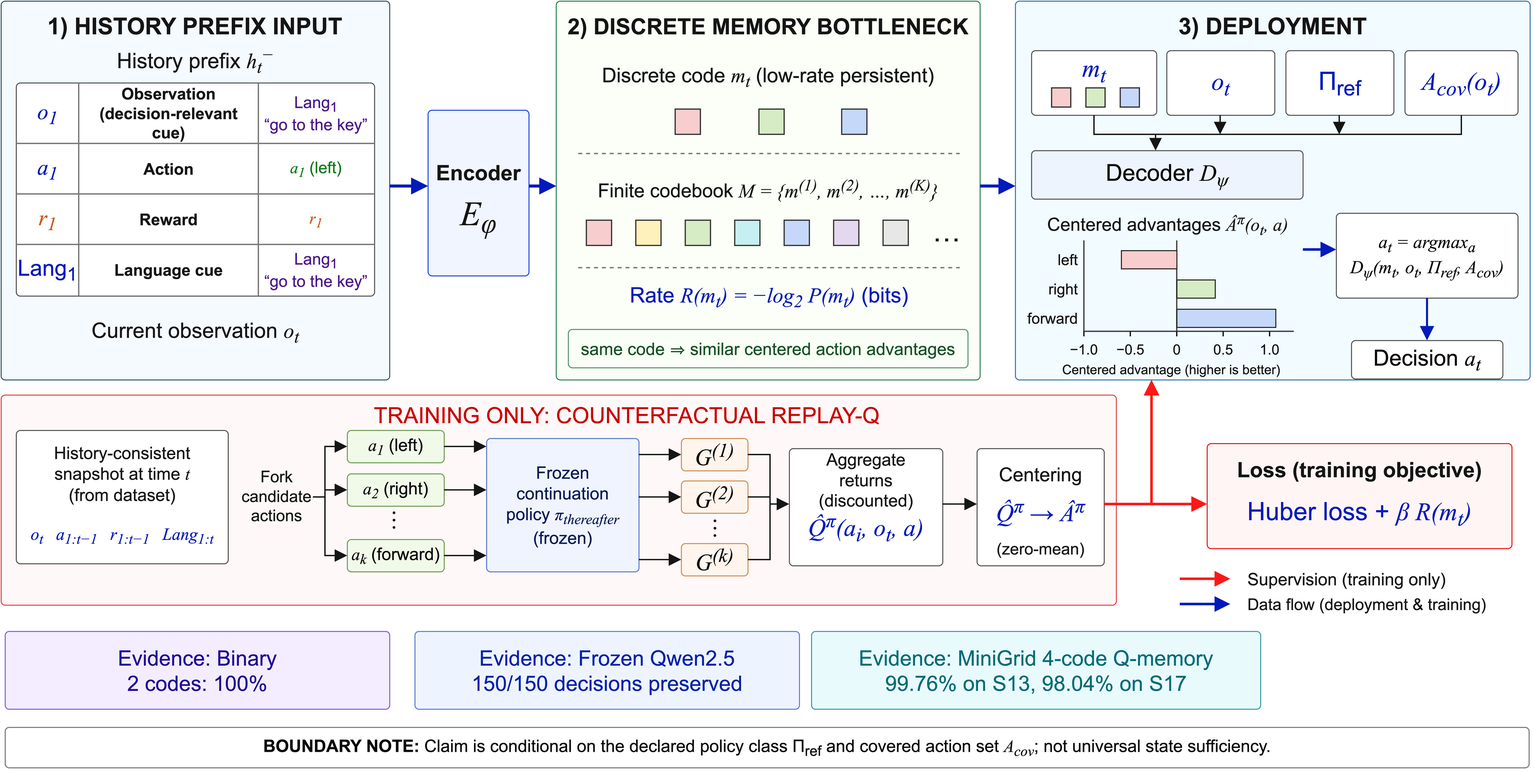
Before: policy_class_q_memory_main_figure.drawio.png, a diagram exported from draw.io (JJayshum/Q-Memory). Source tidied: cells renumbered, new cells last; positions are measured from the earlier drawing's top-left corner, leaving out a move shared by most shapes.
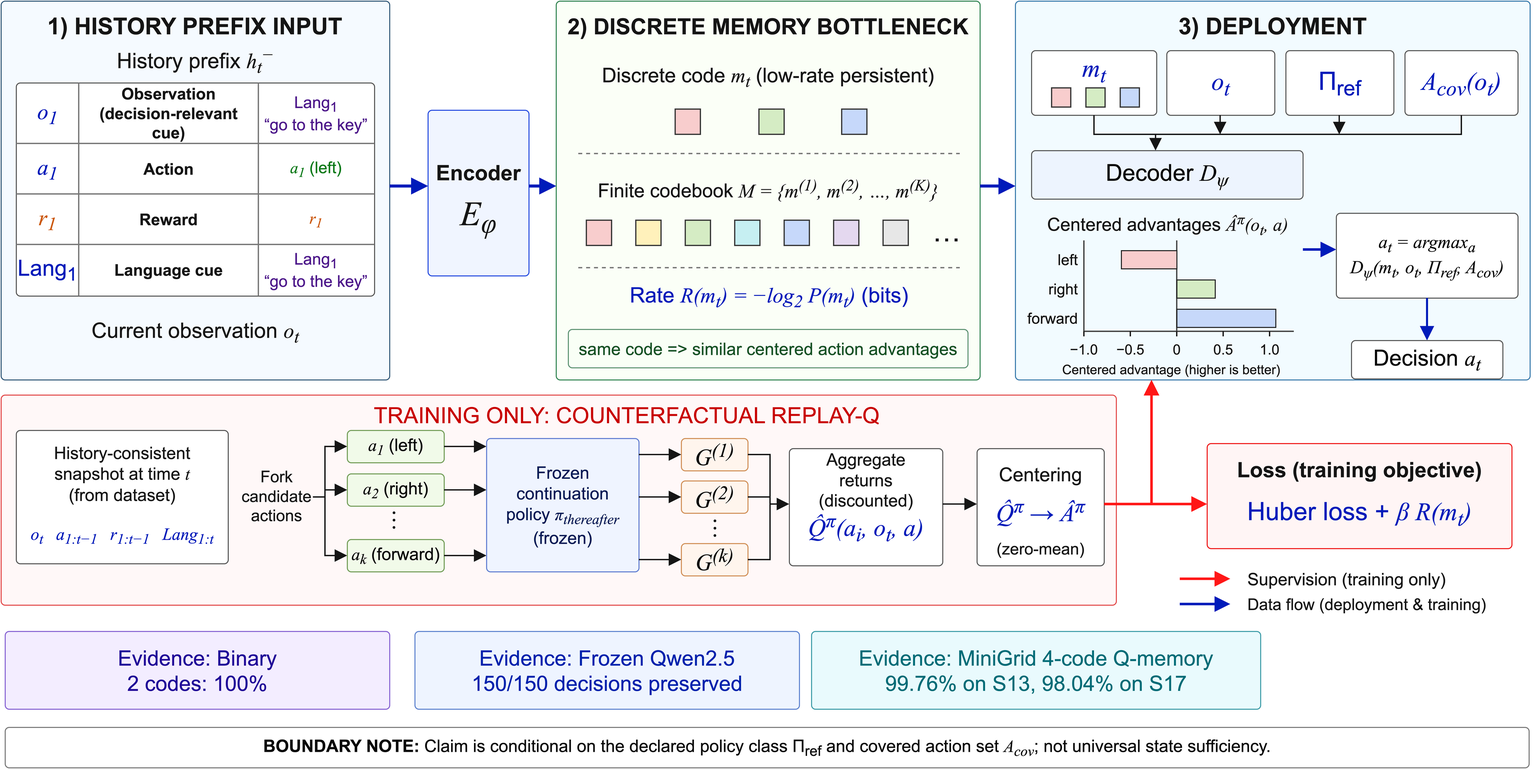
The same file after the commit.

Commit message:
Use draw.io vector figure in manuscript

The edit, as a diff of the source:
```diff
@@ -176,7 +176,7 @@
     <mxCell id="49" value="Rate  &lt;font face=&quot;Times New Roman&quot;&gt;&lt;i&gt;R(m&lt;sub&gt;t&lt;/sub&gt;) = &amp;minus;log&lt;sub&gt;2&lt;/sub&gt; P(m&lt;sub&gt;t&lt;/sub&gt;)&lt;/i&gt;&lt;/font&gt;  (bits)" style="html=1;whiteSpace=wrap;fontFamily=Arial;fontSize=18;fontColor=#080808;spacing=2;text;fillColor=none;strokeColor=none;fontSize=21;fontColor=#001bba;fontStyle=0;align=center;verticalAlign=middle;" parent="3" vertex="1">
       <mxGeometry x="18" y="272" width="386" height="42" as="geometry" />
     </mxCell>
-    <mxCell id="50" value="same code &amp;rArr; similar centered action advantages" style="html=1;whiteSpace=wrap;fontFamily=Arial;fontSize=18;fontColor=#080808;spacing=2;rounded=1;arcSize=8;absoluteArcSize=1;fillColor=#f9fff6;strokeColor=#5b9171;strokeWidth=1;fontSize=17;fontColor=#155124;" parent="3" vertex="1">
+    <mxCell id="50" value="same code =&amp;gt; similar centered action advantages" style="html=1;whiteSpace=wrap;fontFamily=Arial;fontSize=18;fontColor=#080808;spacing=2;rounded=1;arcSize=8;absoluteArcSize=1;fillColor=#f9fff6;strokeColor=#5b9171;strokeWidth=1;fontSize=17;fontColor=#155124;" parent="3" vertex="1">
       <mxGeometry x="12" y="325" width="396" height="38" as="geometry" />
     </mxCell>
     <mxCell id="51" value="3) DEPLOYMENT" style="html=1;whiteSpace=wrap;fontFamily=Arial;fontSize=18;fontColor=#080808;spacing=2;text;fillColor=none;strokeColor=none;fontSize=23;fontColor=#151515;fontStyle=1;align=center;verticalAlign=middle;" parent="4" vertex="1">
```
